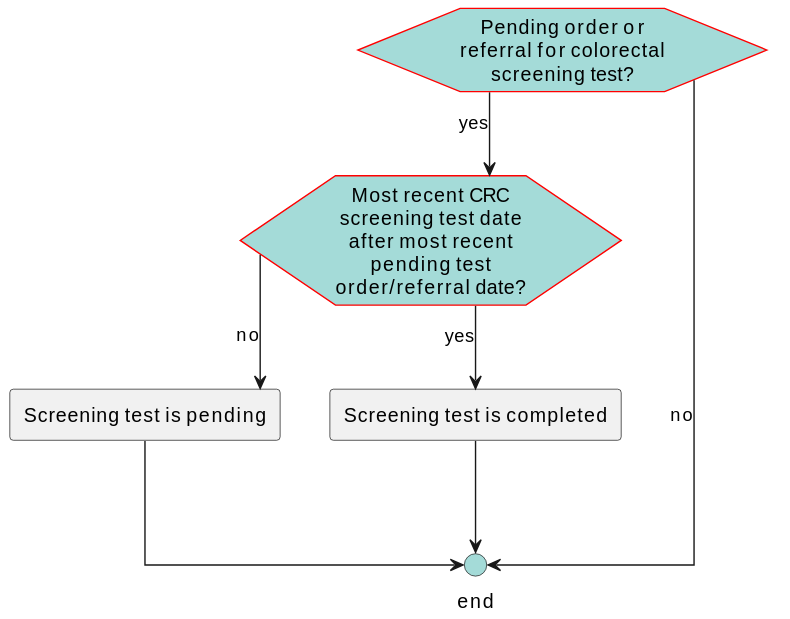
The PlantUML diagram images/flow-ScreeningIncomplete.svg in ccsm-cds-tools/CDC-Colorectal-Cancer-Screening-CDS-L2, before a commit.
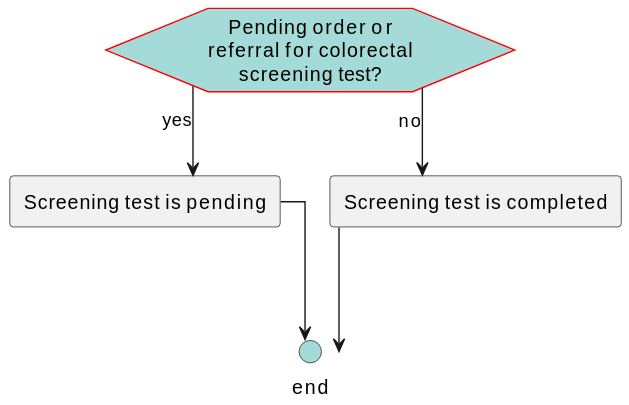
After the change.

Change to the diagram source:
```diff
@@ -18,14 +18,11 @@
 }
 </style>
 hexagon "Pending order or referral for colorectal screening test?" as eve_pendingTest [[#eve-pendingTest]]
-hexagon "Most recent CRC screening test date after most recent pending test order/referral date?" as eve_lastTestAfterPendingOrder [[#eve-lastTestAfterPendingOrder]]
 rectangle "Screening test is pending" as act_screeningPending [[#act-screeningPending]]
 rectangle "Screening test is completed" as act_screeningComplete [[#act-screeningComplete]]
 circle "end" as end_1 <<end>>
-eve_pendingTest-->eve_lastTestAfterPendingOrder: yes
-eve_pendingTest-->end_1: no
-eve_lastTestAfterPendingOrder-->act_screeningComplete: yes
-eve_lastTestAfterPendingOrder-->act_screeningPending: no
+eve_pendingTest-->act_screeningPending: yes
+eve_pendingTest-->act_screeningComplete: no
 act_screeningPending-->end_1
 act_screeningComplete-->end_1
 @enduml
```
